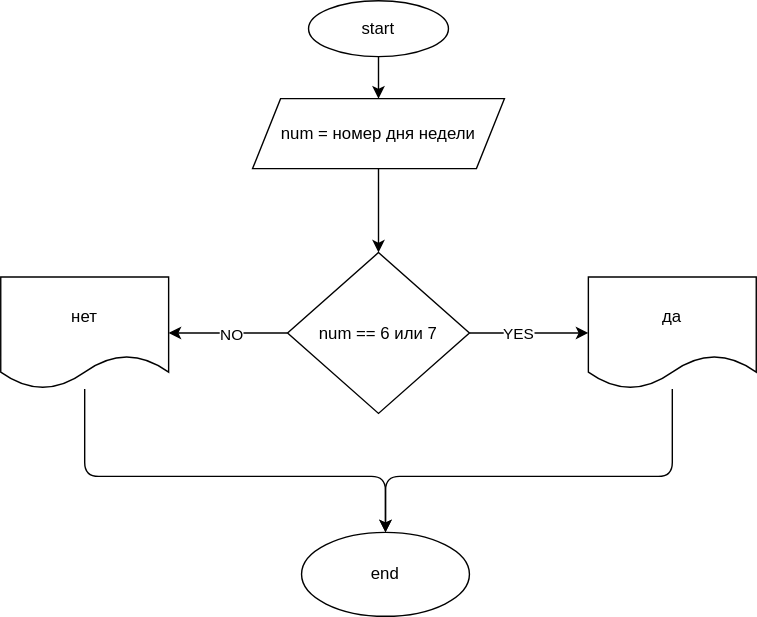
Before: TourC#/ex015/ex015.drawio.svg, a diagram exported from draw.io (retedominus/TourC). Source tidied: cells renumbered, new cells last; positions are measured from the earlier drawing's top-left corner, leaving out a move shared by most shapes. The source it was exported from:
```xml
<mxGraphModel>
  <root>
    <mxCell id="0" />
    <mxCell id="1" parent="0" />
    <mxCell id="2" style="edgeStyle=none;html=1;" parent="1" edge="1" source="3" target="5">
      <mxGeometry relative="1" as="geometry" />
    </mxCell>
    <mxCell id="3" value="start" style="ellipse;whiteSpace=wrap;html=1;" parent="1" vertex="1">
      <mxGeometry x="220" width="100" height="40" as="geometry" />
    </mxCell>
    <mxCell id="4" style="edgeStyle=none;html=1;" parent="1" edge="1" source="5" target="10">
      <mxGeometry relative="1" as="geometry" />
    </mxCell>
    <mxCell id="5" value="num = номер дня недели" style="shape=parallelogram;perimeter=parallelogramPerimeter;whiteSpace=wrap;html=1;fixedSize=1;" parent="1" vertex="1">
      <mxGeometry x="180" y="70" width="180" height="50" as="geometry" />
    </mxCell>
    <mxCell id="6" style="edgeStyle=none;html=1;" parent="1" edge="1" source="10" target="12">
      <mxGeometry relative="1" as="geometry" />
    </mxCell>
    <mxCell id="7" value="YES" style="edgeLabel;html=1;align=center;verticalAlign=middle;" parent="6" vertex="1">
      <mxGeometry x="-0.2" relative="1" as="geometry" />
    </mxCell>
    <mxCell id="8" style="edgeStyle=none;html=1;" parent="1" edge="1" source="10" target="14">
      <mxGeometry relative="1" as="geometry" />
    </mxCell>
    <mxCell id="9" value="NO" style="edgeLabel;html=1;align=center;verticalAlign=middle;" parent="8" vertex="1">
      <mxGeometry x="-0.04" y="1" relative="1" as="geometry" />
    </mxCell>
    <mxCell id="10" value="num == 6 или 7" style="rhombus;whiteSpace=wrap;html=1;" parent="1" vertex="1">
      <mxGeometry x="205" y="180" width="130" height="115" as="geometry" />
    </mxCell>
    <mxCell id="11" style="edgeStyle=none;html=1;entryX=0.5;entryY=0;entryDx=0;entryDy=0;" parent="1" edge="1" source="12" target="15">
      <mxGeometry relative="1" as="geometry">
        <Array as="points">
          <mxPoint x="480" y="340" />
          <mxPoint x="275" y="340" />
        </Array>
      </mxGeometry>
    </mxCell>
    <mxCell id="12" value="да" style="shape=document;whiteSpace=wrap;html=1;boundedLbl=1;" parent="1" vertex="1">
      <mxGeometry x="420" y="197.5" width="120" height="80" as="geometry" />
    </mxCell>
    <mxCell id="13" style="edgeStyle=none;html=1;entryX=0.5;entryY=0;entryDx=0;entryDy=0;" parent="1" edge="1" source="14" target="15">
      <mxGeometry relative="1" as="geometry">
        <Array as="points">
          <mxPoint x="60" y="340" />
          <mxPoint x="275" y="340" />
        </Array>
      </mxGeometry>
    </mxCell>
    <mxCell id="14" value="нет" style="shape=document;whiteSpace=wrap;html=1;boundedLbl=1;" parent="1" vertex="1">
      <mxGeometry y="197.5" width="120" height="80" as="geometry" />
    </mxCell>
    <mxCell id="15" value="end" style="ellipse;whiteSpace=wrap;html=1;" parent="1" vertex="1">
      <mxGeometry x="215" y="380" width="120" height="60" as="geometry" />
    </mxCell>
  </root>
</mxGraphModel>
```
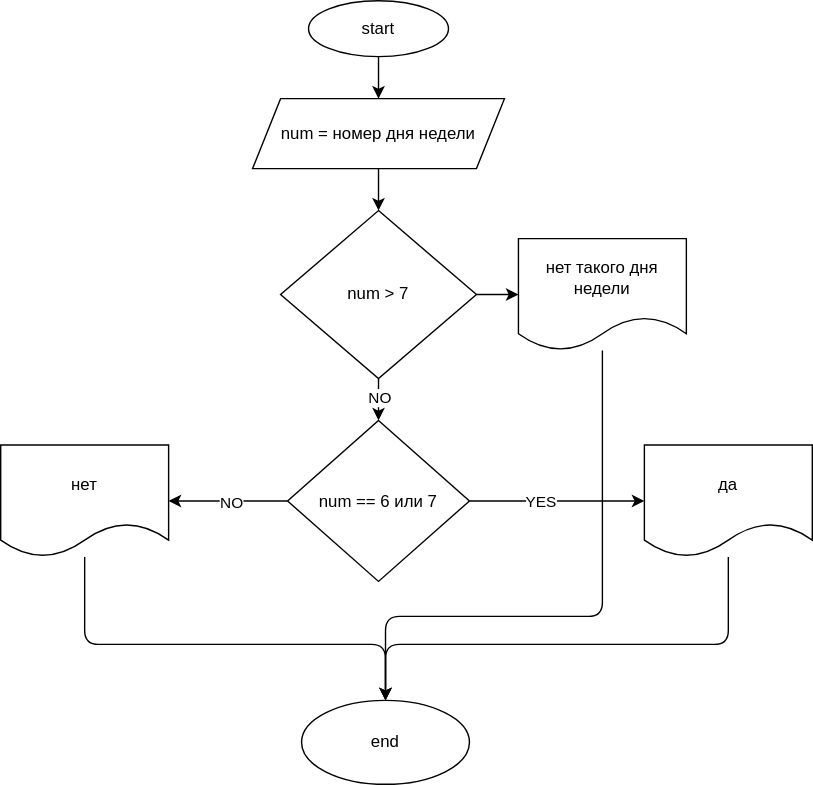
Later version of the same file.

Change to the diagram source:
```diff
@@ -8,9 +8,9 @@
     <mxCell id="3" value="start" style="ellipse;whiteSpace=wrap;html=1;" parent="1" vertex="1">
       <mxGeometry x="220" width="100" height="40" as="geometry" />
     </mxCell>
-    <mxCell id="4" style="edgeStyle=none;html=1;" parent="1" edge="1" source="5" target="10">
-      <mxGeometry relative="1" as="geometry" />
-    </mxCell>
+    <mxCell id="16" style="edgeStyle=none;html=1;" parent="1" edge="1" source="5" target="20">
+      <mxGeometry relative="1" as="geometry" />
+    </mxCell>
     <mxCell id="5" value="num = номер дня недели" style="shape=parallelogram;perimeter=parallelogramPerimeter;whiteSpace=wrap;html=1;fixedSize=1;" parent="1" vertex="1">
       <mxGeometry x="180" y="70" width="180" height="50" as="geometry" />
     </mxCell>
@@ -27,32 +27,55 @@
       <mxGeometry x="-0.04" y="1" relative="1" as="geometry" />
     </mxCell>
     <mxCell id="10" value="num == 6 или 7" style="rhombus;whiteSpace=wrap;html=1;" parent="1" vertex="1">
-      <mxGeometry x="205" y="180" width="130" height="115" as="geometry" />
+      <mxGeometry x="205" y="300" width="130" height="115" as="geometry" />
     </mxCell>
     <mxCell id="11" style="edgeStyle=none;html=1;entryX=0.5;entryY=0;entryDx=0;entryDy=0;" parent="1" edge="1" source="12" target="15">
       <mxGeometry relative="1" as="geometry">
         <Array as="points">
-          <mxPoint x="480" y="340" />
-          <mxPoint x="275" y="340" />
+          <mxPoint x="520" y="460" />
+          <mxPoint x="275" y="460" />
         </Array>
       </mxGeometry>
     </mxCell>
     <mxCell id="12" value="да" style="shape=document;whiteSpace=wrap;html=1;boundedLbl=1;" parent="1" vertex="1">
-      <mxGeometry x="420" y="197.5" width="120" height="80" as="geometry" />
+      <mxGeometry x="460" y="317.5" width="120" height="80" as="geometry" />
     </mxCell>
     <mxCell id="13" style="edgeStyle=none;html=1;entryX=0.5;entryY=0;entryDx=0;entryDy=0;" parent="1" edge="1" source="14" target="15">
       <mxGeometry relative="1" as="geometry">
         <Array as="points">
-          <mxPoint x="60" y="340" />
-          <mxPoint x="275" y="340" />
+          <mxPoint x="60" y="460" />
+          <mxPoint x="275" y="460" />
         </Array>
       </mxGeometry>
     </mxCell>
     <mxCell id="14" value="нет" style="shape=document;whiteSpace=wrap;html=1;boundedLbl=1;" parent="1" vertex="1">
-      <mxGeometry y="197.5" width="120" height="80" as="geometry" />
+      <mxGeometry y="317.5" width="120" height="80" as="geometry" />
     </mxCell>
     <mxCell id="15" value="end" style="ellipse;whiteSpace=wrap;html=1;" parent="1" vertex="1">
-      <mxGeometry x="215" y="380" width="120" height="60" as="geometry" />
+      <mxGeometry x="215" y="500" width="120" height="60" as="geometry" />
     </mxCell>
+    <mxCell id="17" style="edgeStyle=none;html=1;" parent="1" edge="1" source="20" target="10">
+      <mxGeometry relative="1" as="geometry" />
+    </mxCell>
+    <mxCell id="18" value="NO" style="edgeLabel;html=1;align=center;verticalAlign=middle;" parent="17" vertex="1">
+      <mxGeometry x="-0.11" relative="1" as="geometry" />
+    </mxCell>
+    <mxCell id="19" style="edgeStyle=none;html=1;" parent="1" edge="1" source="20" target="22">
+      <mxGeometry relative="1" as="geometry" />
+    </mxCell>
+    <mxCell id="20" value="num &amp;gt; 7" style="rhombus;whiteSpace=wrap;html=1;" parent="1" vertex="1">
+      <mxGeometry x="200" y="150" width="140" height="120" as="geometry" />
+    </mxCell>
+    <mxCell id="21" style="edgeStyle=none;html=1;entryX=0.5;entryY=0;entryDx=0;entryDy=0;" parent="1" edge="1" source="22" target="15">
+      <mxGeometry relative="1" as="geometry">
+        <Array as="points">
+          <mxPoint x="430" y="440" />
+          <mxPoint x="275" y="440" />
+        </Array>
+      </mxGeometry>
+    </mxCell>
+    <mxCell id="22" value="нет такого дня недели" style="shape=document;whiteSpace=wrap;html=1;boundedLbl=1;" parent="1" vertex="1">
+      <mxGeometry x="370" y="170" width="120" height="80" as="geometry" />
+    </mxCell>
   </root>
 </mxGraphModel>
```
